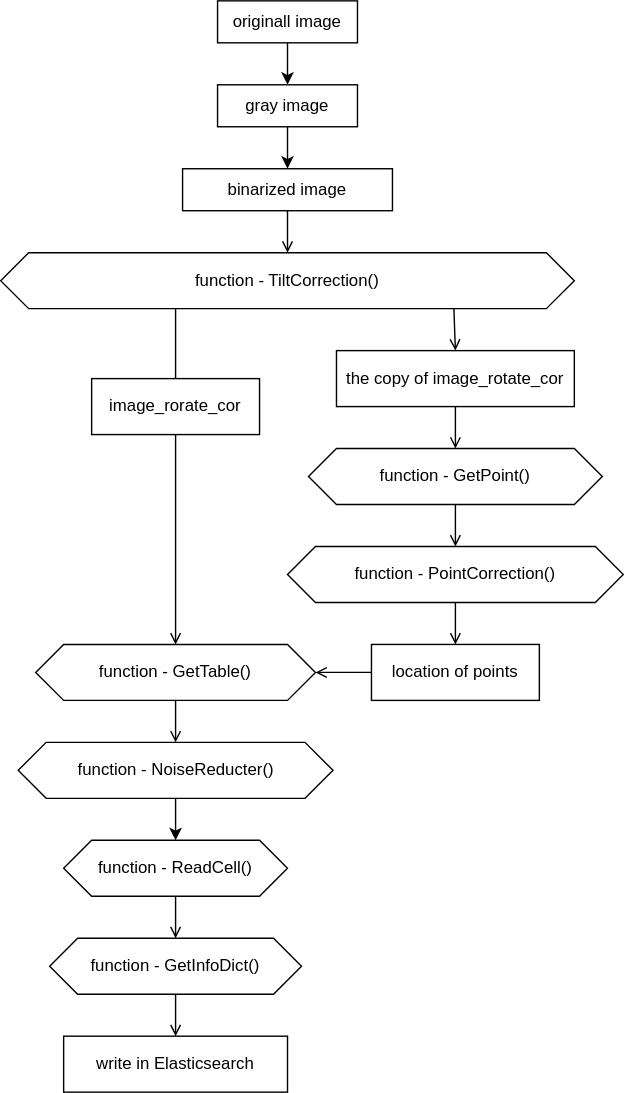
Earlier version of the draw.io export Abbildungen/Logik.drawio.svg (huichen5796/2022-studienarbeit-hui-chen). Source tidied: cells renumbered, new cells last; positions are measured from the earlier drawing's top-left corner, leaving out a move shared by most shapes.
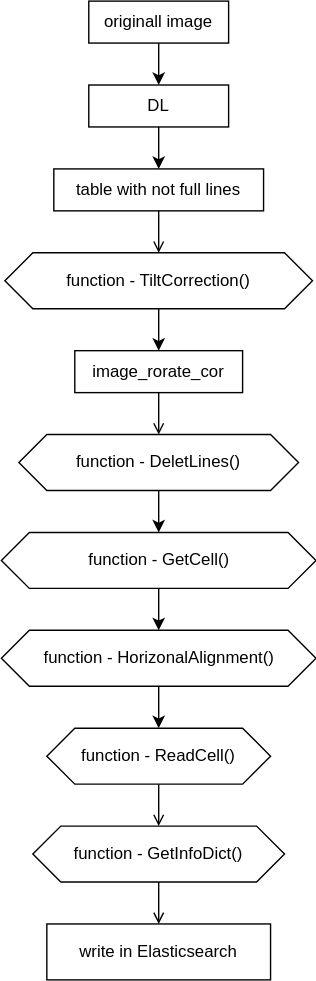
The same file after the commit.

What changed in the source:
```diff
@@ -8,90 +8,66 @@
     <mxCell id="3" value="originall image" style="rounded=0;whiteSpace=wrap;html=1;" parent="1" vertex="1">
       <mxGeometry x="155" width="100" height="30" as="geometry" />
     </mxCell>
-    <mxCell id="4" value="binarized image" style="rounded=0;whiteSpace=wrap;html=1;" parent="1" vertex="1">
+    <mxCell id="4" value="table with not full lines" style="rounded=0;whiteSpace=wrap;html=1;" parent="1" vertex="1">
       <mxGeometry x="130" y="120" width="150" height="30" as="geometry" />
     </mxCell>
-    <mxCell id="5" style="edgeStyle=none;html=1;exitX=0.5;exitY=1;exitDx=0;exitDy=0;entryX=0.5;entryY=0;entryDx=0;entryDy=0;" parent="1" edge="1" source="6" target="23">
-      <mxGeometry relative="1" as="geometry" />
+    <mxCell id="5" style="edgeStyle=none;html=1;exitX=0.5;exitY=1;exitDx=0;exitDy=0;entryX=0.5;entryY=0;entryDx=0;entryDy=0;" parent="1" edge="1" target="23">
+      <mxGeometry relative="1" as="geometry">
+        <mxPoint x="205" y="490" as="sourcePoint" />
+      </mxGeometry>
     </mxCell>
+    <mxCell id="30" style="edgeStyle=none;html=1;" parent="1" edge="1" source="6" target="31">
+      <mxGeometry relative="1" as="geometry" />
+    </mxCell>
-    <mxCell id="6" value="function - NoiseReducter()" style="shape=hexagon;perimeter=hexagonPerimeter2;whiteSpace=wrap;html=1;fixedSize=1;" parent="1" vertex="1">
-      <mxGeometry x="12.5" y="530" width="225" height="40" as="geometry" />
+    <mxCell id="6" value="function - GetCell()" style="shape=hexagon;perimeter=hexagonPerimeter2;whiteSpace=wrap;html=1;fixedSize=1;" parent="1" vertex="1">
+      <mxGeometry x="92.5" y="380" width="225" height="40" as="geometry" />
     </mxCell>
     <mxCell id="7" style="edgeStyle=orthogonalEdgeStyle;rounded=0;jettySize=auto;html=1;endArrow=open;endFill=0;" parent="1" edge="1" target="9">
       <mxGeometry relative="1" as="geometry">
         <mxPoint x="205" y="150" as="sourcePoint" />
       </mxGeometry>
     </mxCell>
-    <mxCell id="8" style="edgeStyle=orthogonalEdgeStyle;rounded=0;jettySize=auto;html=1;endArrow=open;endFill=0;entryX=0.5;entryY=0;entryDx=0;entryDy=0;" parent="1" edge="1" source="9" target="11">
-      <mxGeometry relative="1" as="geometry">
-        <Array as="points">
-          <mxPoint x="125" y="290" />
-          <mxPoint x="125" y="290" />
-        </Array>
-      </mxGeometry>
+    <mxCell id="8" style="edgeStyle=none;html=1;" parent="1" edge="1" source="9" target="11">
+      <mxGeometry relative="1" as="geometry" />
     </mxCell>
     <mxCell id="9" value="function - TiltCorrection()" style="shape=hexagon;perimeter=hexagonPerimeter2;whiteSpace=wrap;html=1;fixedSize=1;rounded=0;" parent="1" vertex="1">
-      <mxGeometry y="180" width="410" height="40" as="geometry" />
+      <mxGeometry x="95" y="180" width="220" height="40" as="geometry" />
     </mxCell>
     <mxCell id="10" style="edgeStyle=orthogonalEdgeStyle;rounded=0;jettySize=auto;html=1;endArrow=open;endFill=0;" parent="1" edge="1" source="11" target="21">
       <mxGeometry relative="1" as="geometry" />
     </mxCell>
     <mxCell id="11" value="image_rorate_cor" style="rounded=0;whiteSpace=wrap;html=1;" parent="1" vertex="1">
-      <mxGeometry x="65" y="270" width="120" height="40" as="geometry" />
+      <mxGeometry x="145" y="250" width="120" height="30" as="geometry" />
     </mxCell>
-    <mxCell id="12" style="edgeStyle=orthogonalEdgeStyle;rounded=0;jettySize=auto;html=1;endArrow=open;endFill=0;" parent="1" edge="1" source="13" target="15">
-      <mxGeometry relative="1" as="geometry" />
-    </mxCell>
-    <mxCell id="13" value="the copy of image_rotate_cor" style="rounded=0;whiteSpace=wrap;html=1;" parent="1" vertex="1">
-      <mxGeometry x="240" y="250" width="170" height="40" as="geometry" />
-    </mxCell>
-    <mxCell id="14" style="edgeStyle=orthogonalEdgeStyle;rounded=0;jettySize=auto;html=1;endArrow=open;endFill=0;" parent="1" edge="1" source="15" target="17">
-      <mxGeometry relative="1" as="geometry" />
-    </mxCell>
-    <mxCell id="15" value="function - GetPoint()" style="shape=hexagon;perimeter=hexagonPerimeter2;whiteSpace=wrap;html=1;fixedSize=1;rounded=0;" parent="1" vertex="1">
-      <mxGeometry x="220" y="320" width="210" height="40" as="geometry" />
-    </mxCell>
-    <mxCell id="16" style="edgeStyle=orthogonalEdgeStyle;rounded=0;jettySize=auto;html=1;endArrow=open;endFill=0;entryX=0.5;entryY=0;entryDx=0;entryDy=0;" parent="1" edge="1" source="17" target="19">
-      <mxGeometry relative="1" as="geometry" />
-    </mxCell>
-    <mxCell id="17" value="function - PointCorrection()" style="shape=hexagon;perimeter=hexagonPerimeter2;whiteSpace=wrap;html=1;fixedSize=1;rounded=0;" parent="1" vertex="1">
-      <mxGeometry x="205" y="390" width="240" height="40" as="geometry" />
-    </mxCell>
-    <mxCell id="18" style="edgeStyle=orthogonalEdgeStyle;rounded=0;jettySize=auto;html=1;endArrow=open;endFill=0;" parent="1" edge="1" source="19" target="21">
-      <mxGeometry relative="1" as="geometry" />
-    </mxCell>
-    <mxCell id="19" value="location of points" style="rounded=0;whiteSpace=wrap;html=1;" parent="1" vertex="1">
-      <mxGeometry x="265" y="460" width="120" height="40" as="geometry" />
-    </mxCell>
-    <mxCell id="20" style="edgeStyle=orthogonalEdgeStyle;rounded=0;jettySize=auto;html=1;endArrow=open;endFill=0;entryX=0.5;entryY=0;entryDx=0;entryDy=0;" parent="1" edge="1" source="21" target="6">
+    <mxCell id="20" style="edgeStyle=none;html=1;" parent="1" edge="1" source="21" target="6">
       <mxGeometry relative="1" as="geometry" />
     </mxCell>
-    <mxCell id="21" value="function - GetTable()" style="shape=hexagon;perimeter=hexagonPerimeter2;whiteSpace=wrap;html=1;fixedSize=1;rounded=0;" parent="1" vertex="1">
-      <mxGeometry x="25" y="460" width="200" height="40" as="geometry" />
+    <mxCell id="21" value="function - DeletLines()" style="shape=hexagon;perimeter=hexagonPerimeter2;whiteSpace=wrap;html=1;fixedSize=1;rounded=0;" parent="1" vertex="1">
+      <mxGeometry x="105" y="310" width="200" height="40" as="geometry" />
     </mxCell>
     <mxCell id="22" style="edgeStyle=orthogonalEdgeStyle;rounded=0;jettySize=auto;html=1;endArrow=open;endFill=0;" parent="1" edge="1" source="23" target="25">
       <mxGeometry relative="1" as="geometry" />
     </mxCell>
     <mxCell id="23" value="function - ReadCell()" style="shape=hexagon;perimeter=hexagonPerimeter2;whiteSpace=wrap;html=1;fixedSize=1;rounded=0;" parent="1" vertex="1">
-      <mxGeometry x="45" y="600" width="160" height="40" as="geometry" />
+      <mxGeometry x="125" y="520" width="160" height="40" as="geometry" />
     </mxCell>
     <mxCell id="24" style="edgeStyle=orthogonalEdgeStyle;rounded=0;jettySize=auto;html=1;endArrow=open;endFill=0;" parent="1" edge="1" source="25" target="26">
       <mxGeometry relative="1" as="geometry" />
     </mxCell>
     <mxCell id="25" value="function - GetInfoDict()" style="shape=hexagon;perimeter=hexagonPerimeter2;whiteSpace=wrap;html=1;fixedSize=1;rounded=0;" parent="1" vertex="1">
-      <mxGeometry x="35" y="670" width="180" height="40" as="geometry" />
+      <mxGeometry x="115" y="590" width="180" height="40" as="geometry" />
     </mxCell>
     <mxCell id="26" value="write in Elasticsearch" style="whiteSpace=wrap;html=1;rounded=0;" parent="1" vertex="1">
-      <mxGeometry x="45" y="740" width="160" height="40" as="geometry" />
+      <mxGeometry x="125" y="660" width="160" height="40" as="geometry" />
     </mxCell>
-    <mxCell id="27" style="endArrow=open;html=1;rounded=0;entryX=0.5;entryY=0;entryDx=0;entryDy=0;exitX=0.79;exitY=0.99;exitDx=0;exitDy=0;exitPerimeter=0;endFill=0;" parent="1" edge="1" source="9" target="13">
-      <mxGeometry relative="1" as="geometry" />
-    </mxCell>
     <mxCell id="28" style="edgeStyle=none;html=1;exitX=0.5;exitY=1;exitDx=0;exitDy=0;entryX=0.5;entryY=0;entryDx=0;entryDy=0;" parent="1" edge="1" source="29" target="4">
       <mxGeometry relative="1" as="geometry" />
     </mxCell>
-    <mxCell id="29" value="gray image" style="whiteSpace=wrap;html=1;rounded=0;" parent="1" vertex="1">
+    <mxCell id="29" value="DL" style="whiteSpace=wrap;html=1;rounded=0;" parent="1" vertex="1">
       <mxGeometry x="155" y="60" width="100" height="30" as="geometry" />
     </mxCell>
+    <mxCell id="31" value="function - HorizonalAlignment()" style="shape=hexagon;perimeter=hexagonPerimeter2;whiteSpace=wrap;html=1;fixedSize=1;" parent="1" vertex="1">
+      <mxGeometry x="92.5" y="450" width="225" height="40" as="geometry" />
+    </mxCell>
   </root>
 </mxGraphModel>
```
